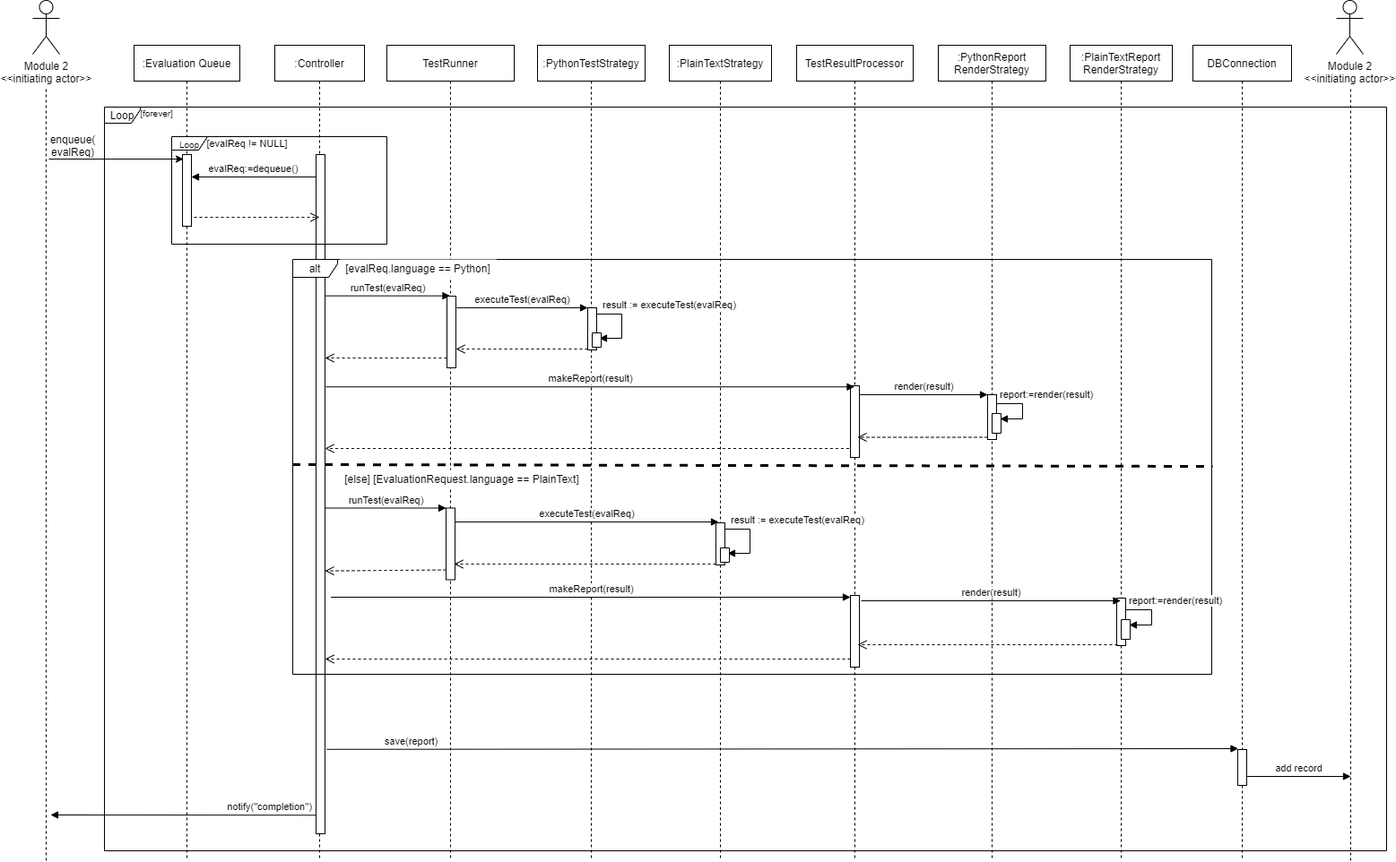
This is System Design Document/Module3_SystemCore/img/Object_Sequence_Diagram_301.png from SSSSEN666789/SPAMS, a draw.io export, as it was before one commit. Source tidied: cells renumbered, new cells last; positions are measured from the earlier drawing's top-left corner, leaving out a move shared by most shapes. Its diagram source:
```xml
<mxGraphModel>
  <root>
    <mxCell id="0" />
    <mxCell id="1" parent="0" />
    <mxCell id="2" value="notify(&quot;completion&quot;)" style="html=1;verticalAlign=bottom;endArrow=block;exitX=0.4;exitY=0.974;exitDx=0;exitDy=0;exitPerimeter=0;" parent="1" edge="1">
      <mxGeometry x="-0.63" relative="1" as="geometry">
        <mxPoint x="320" y="909.3" as="sourcePoint" />
        <mxPoint x="20" y="909" as="targetPoint" />
      </mxGeometry>
    </mxCell>
    <mxCell id="3" value="Loop" style="shape=umlFrame;whiteSpace=wrap;html=1;width=40;height=18;" parent="1" vertex="1">
      <mxGeometry x="80" y="119" width="1430" height="830" as="geometry" />
    </mxCell>
    <mxCell id="4" value=":Evaluation Queue" style="shape=umlLifeline;perimeter=lifelinePerimeter;whiteSpace=wrap;html=1;" parent="1" vertex="1">
      <mxGeometry x="113" y="50" width="118" height="910" as="geometry" />
    </mxCell>
    <mxCell id="5" value=":Controller" style="shape=umlLifeline;perimeter=lifelinePerimeter;whiteSpace=wrap;html=1;" parent="1" vertex="1">
      <mxGeometry x="270" y="50" width="100" height="910" as="geometry" />
    </mxCell>
    <mxCell id="6" style="endArrow=classic;html=1;" parent="1" edge="1">
      <mxGeometry relative="1" as="geometry">
        <mxPoint x="18" y="177" as="sourcePoint" />
        <mxPoint x="168" y="177" as="targetPoint" />
      </mxGeometry>
    </mxCell>
    <mxCell id="7" value="Module 2&lt;br&gt;&amp;lt;&amp;lt;initiating actor&amp;gt;&amp;gt;" style="shape=umlActor;verticalLabelPosition=bottom;verticalAlign=top;html=1;" parent="1" vertex="1">
      <mxGeometry width="30" height="60" as="geometry" />
    </mxCell>
    <mxCell id="8" value="Module 2&lt;br&gt;&amp;lt;&amp;lt;initiating actor&amp;gt;&amp;gt;" style="shape=umlActor;verticalLabelPosition=bottom;verticalAlign=top;html=1;" parent="1" vertex="1">
      <mxGeometry x="1454" width="30" height="60" as="geometry" />
    </mxCell>
    <mxCell id="9" style="endArrow=none;dashed=1;html=1;" parent="1" edge="1">
      <mxGeometry relative="1" as="geometry">
        <mxPoint x="15" y="960" as="sourcePoint" />
        <mxPoint x="14.9" y="98" as="targetPoint" />
      </mxGeometry>
    </mxCell>
    <mxCell id="10" style="endArrow=none;dashed=1;html=1;" parent="1" edge="1">
      <mxGeometry relative="1" as="geometry">
        <mxPoint x="1470" y="960" as="sourcePoint" />
        <mxPoint x="1469.9" y="98" as="targetPoint" />
      </mxGeometry>
    </mxCell>
    <mxCell id="11" value="enqueue(&lt;br&gt;evalReq)" style="text;html=1;strokeColor=none;fillColor=none;align=center;verticalAlign=middle;whiteSpace=wrap;rounded=0;" parent="1" vertex="1">
      <mxGeometry x="10" y="127" width="70" height="70" as="geometry" />
    </mxCell>
    <mxCell id="12" style="html=1;perimeter=orthogonalPerimeter;" parent="1" vertex="1">
      <mxGeometry x="167" y="172" width="10" height="80" as="geometry" />
    </mxCell>
    <mxCell id="13" style="html=1;points=[];perimeter=orthogonalPerimeter;" parent="1" vertex="1">
      <mxGeometry x="316" y="172" width="10" height="758" as="geometry" />
    </mxCell>
    <mxCell id="14" value="&lt;font style=&quot;font-size: 11px&quot;&gt;evalReq:=dequeue()&lt;/font&gt;" style="html=1;verticalAlign=bottom;endArrow=block;" parent="1" edge="1" source="13">
      <mxGeometry relative="1" as="geometry">
        <mxPoint x="177" y="197" as="targetPoint" />
      </mxGeometry>
    </mxCell>
    <mxCell id="15" style="html=1;verticalAlign=bottom;endArrow=open;dashed=1;endSize=8;" parent="1" edge="1">
      <mxGeometry relative="1" as="geometry">
        <mxPoint x="180" y="242" as="sourcePoint" />
        <mxPoint x="320" y="242" as="targetPoint" />
      </mxGeometry>
    </mxCell>
    <mxCell id="16" value="TestRunner" style="shape=umlLifeline;perimeter=lifelinePerimeter;whiteSpace=wrap;html=1;outlineConnect=0;" parent="1" vertex="1">
      <mxGeometry x="395" y="50" width="142" height="910" as="geometry" />
    </mxCell>
    <mxCell id="17" style="html=1;points=[];perimeter=orthogonalPerimeter;fillColor=#FFFFFF;" parent="16" vertex="1">
      <mxGeometry x="66" y="516.5" width="10" height="80" as="geometry" />
    </mxCell>
    <mxCell id="18" style="html=1;points=[];perimeter=orthogonalPerimeter;fillColor=#FFFFFF;" parent="16" vertex="1">
      <mxGeometry x="67" y="280" width="10" height="80" as="geometry" />
    </mxCell>
    <mxCell id="19" value="TestResultProcessor" style="shape=umlLifeline;perimeter=lifelinePerimeter;whiteSpace=wrap;html=1;outlineConnect=0;" parent="1" vertex="1">
      <mxGeometry x="852" y="50" width="130" height="910" as="geometry" />
    </mxCell>
    <mxCell id="20" style="html=1;points=[];perimeter=orthogonalPerimeter;fillColor=#FFFFFF;" parent="19" vertex="1">
      <mxGeometry x="60" y="380" width="10" height="80" as="geometry" />
    </mxCell>
    <mxCell id="21" style="html=1;perimeter=orthogonalPerimeter;fillColor=#FFFFFF;" parent="19" vertex="1">
      <mxGeometry x="60" y="614" width="10" height="80" as="geometry" />
    </mxCell>
    <mxCell id="22" value="DBConnection" style="shape=umlLifeline;perimeter=lifelinePerimeter;whiteSpace=wrap;html=1;" parent="1" vertex="1">
      <mxGeometry x="1294" y="50" width="110" height="910" as="geometry" />
    </mxCell>
    <mxCell id="23" style="html=1;perimeter=orthogonalPerimeter;" parent="22" vertex="1">
      <mxGeometry x="50" y="786" width="10" height="40" as="geometry" />
    </mxCell>
    <mxCell id="24" value="&lt;font style=&quot;font-size: 10px&quot;&gt;Loop&lt;/font&gt;" style="shape=umlFrame;whiteSpace=wrap;html=1;width=40;height=15;" parent="1" vertex="1">
      <mxGeometry x="155" y="152" width="240" height="120" as="geometry" />
    </mxCell>
    <mxCell id="25" value="&lt;font style=&quot;font-size: 11px&quot;&gt;[evalReq != NULL]&lt;/font&gt;" style="text;html=1;strokeColor=none;fillColor=none;align=center;verticalAlign=middle;whiteSpace=wrap;rounded=0;" parent="1" vertex="1">
      <mxGeometry x="168" y="149" width="143" height="20" as="geometry" />
    </mxCell>
    <mxCell id="26" value="save(report)" style="html=1;verticalAlign=bottom;endArrow=block;exitX=1.2;exitY=0.877;exitDx=0;exitDy=0;exitPerimeter=0;" parent="1" edge="1">
      <mxGeometry x="-0.82" relative="1" as="geometry">
        <mxPoint x="328" y="835.8" as="sourcePoint" />
        <mxPoint x="1344.5" y="835" as="targetPoint" />
      </mxGeometry>
    </mxCell>
    <mxCell id="27" value="add record" style="html=1;verticalAlign=bottom;endArrow=block;" parent="1" edge="1">
      <mxGeometry relative="1" as="geometry">
        <mxPoint x="1354" y="866" as="sourcePoint" />
        <mxPoint x="1470" y="866" as="targetPoint" />
      </mxGeometry>
    </mxCell>
    <mxCell id="28" value="&lt;font style=&quot;font-size: 10px&quot;&gt;[forever]&lt;/font&gt;" style="text;html=1;strokeColor=none;fillColor=none;align=center;verticalAlign=middle;whiteSpace=wrap;rounded=0;" parent="1" vertex="1">
      <mxGeometry x="115" y="115" width="47" height="20" as="geometry" />
    </mxCell>
    <mxCell id="29" value=":PythonTestStrategy" style="shape=umlLifeline;perimeter=lifelinePerimeter;whiteSpace=wrap;html=1;" parent="1" vertex="1">
      <mxGeometry x="563" y="50" width="120" height="910" as="geometry" />
    </mxCell>
    <mxCell id="30" value=":PlainTextStrategy" style="shape=umlLifeline;perimeter=lifelinePerimeter;whiteSpace=wrap;html=1;" parent="1" vertex="1">
      <mxGeometry x="710" y="50" width="114" height="910" as="geometry" />
    </mxCell>
    <mxCell id="31" style="html=1;points=[];perimeter=orthogonalPerimeter;fillColor=#FFFFFF;" parent="30" vertex="1">
      <mxGeometry x="52" y="533" width="10" height="47" as="geometry" />
    </mxCell>
    <mxCell id="32" value=":PythonReport&lt;br&gt;RenderStrategy" style="shape=umlLifeline;perimeter=lifelinePerimeter;whiteSpace=wrap;html=1;" parent="1" vertex="1">
      <mxGeometry x="1010" y="50" width="120" height="910" as="geometry" />
    </mxCell>
    <mxCell id="33" style="html=1;points=[];perimeter=orthogonalPerimeter;fillColor=#FFFFFF;" parent="32" vertex="1">
      <mxGeometry x="55" y="390" width="10" height="50" as="geometry" />
    </mxCell>
    <mxCell id="34" value=":PlainTextReport&lt;br&gt;RenderStrategy" style="shape=umlLifeline;perimeter=lifelinePerimeter;whiteSpace=wrap;html=1;outlineConnect=0;" parent="1" vertex="1">
      <mxGeometry x="1157" y="50" width="114" height="910" as="geometry" />
    </mxCell>
    <mxCell id="35" style="html=1;perimeter=orthogonalPerimeter;fillColor=#FFFFFF;" parent="34" vertex="1">
      <mxGeometry x="52" y="617" width="10" height="53" as="geometry" />
    </mxCell>
    <mxCell id="36" value="alt" style="shape=umlFrame;whiteSpace=wrap;html=1;width=50;height=20;" parent="1" vertex="1">
      <mxGeometry x="290" y="289" width="1025" height="463" as="geometry" />
    </mxCell>
    <mxCell id="37" value="[evalReq.language == Python]" style="text;html=1;strokeColor=none;fillColor=#FFFFFF;align=center;verticalAlign=middle;whiteSpace=wrap;rounded=0;" parent="1" vertex="1">
      <mxGeometry x="343" y="289" width="174" height="20" as="geometry" />
    </mxCell>
    <mxCell id="38" value="&lt;font style=&quot;font-size: 11px&quot;&gt;runTest(evalReq)&lt;/font&gt;" style="html=1;verticalAlign=bottom;endArrow=block;exitX=1;exitY=0.208;exitDx=0;exitDy=0;exitPerimeter=0;" parent="1" edge="1" source="13" target="16">
      <mxGeometry relative="1" as="geometry" />
    </mxCell>
    <mxCell id="39" style="html=1;points=[];perimeter=orthogonalPerimeter;fillColor=#FFFFFF;" parent="1" vertex="1">
      <mxGeometry x="619" y="343" width="10" height="47" as="geometry" />
    </mxCell>
    <mxCell id="40" value="executeTest(evalReq)" style="html=1;verticalAlign=bottom;endArrow=block;entryX=0;entryY=0;exitX=1.1;exitY=0.163;exitDx=0;exitDy=0;exitPerimeter=0;" parent="1" edge="1" source="18" target="39">
      <mxGeometry relative="1" as="geometry" />
    </mxCell>
    <mxCell id="41" style="html=1;verticalAlign=bottom;endArrow=open;dashed=1;endSize=8;entryX=1;entryY=0.738;entryDx=0;entryDy=0;entryPerimeter=0;" parent="1" edge="1" source="39" target="18">
      <mxGeometry relative="1" as="geometry" />
    </mxCell>
    <mxCell id="42" value="report:=render(result)" style="edgeStyle=orthogonalEdgeStyle;html=1;align=left;spacingLeft=2;endArrow=block;rounded=0;exitX=1;exitY=0.213;exitDx=0;exitDy=0;exitPerimeter=0;" parent="1" edge="1">
      <mxGeometry x="-1" y="10" relative="1" as="geometry">
        <mxPoint x="1075" y="450" as="sourcePoint" />
        <mxPoint x="1079" y="467" as="targetPoint" />
        <Array as="points">
          <mxPoint x="1104" y="450" />
          <mxPoint x="1104" y="467" />
        </Array>
      </mxGeometry>
    </mxCell>
    <mxCell id="43" style="html=1;perimeter=orthogonalPerimeter;direction=south;" parent="1" vertex="1">
      <mxGeometry x="1070" y="461" width="10" height="22" as="geometry" />
    </mxCell>
    <mxCell id="44" value="makeReport(result)" style="html=1;verticalAlign=bottom;endArrow=block;exitX=1.117;exitY=0.342;exitDx=0;exitDy=0;exitPerimeter=0;" parent="1" edge="1" source="13" target="19">
      <mxGeometry relative="1" as="geometry" />
    </mxCell>
    <mxCell id="45" style="html=1;verticalAlign=bottom;endArrow=open;dashed=1;endSize=8;exitX=0;exitY=0.863;exitDx=0;exitDy=0;exitPerimeter=0;" parent="1" edge="1" source="18" target="13">
      <mxGeometry relative="1" as="geometry" />
    </mxCell>
    <mxCell id="46" value="render(result)" style="html=1;verticalAlign=bottom;endArrow=block;entryX=0;entryY=0;exitX=1;exitY=0.125;exitDx=0;exitDy=0;exitPerimeter=0;" parent="1" edge="1" source="20" target="33">
      <mxGeometry relative="1" as="geometry" />
    </mxCell>
    <mxCell id="47" style="html=1;verticalAlign=bottom;endArrow=open;dashed=1;endSize=8;exitX=0;exitY=0.95;entryX=0.8;entryY=0.719;entryDx=0;entryDy=0;entryPerimeter=0;" parent="1" edge="1" source="33" target="20">
      <mxGeometry relative="1" as="geometry" />
    </mxCell>
    <mxCell id="48" style="html=1;verticalAlign=bottom;endArrow=open;dashed=1;endSize=8;exitX=0;exitY=0.95;" parent="1" edge="1" target="13">
      <mxGeometry x="-0.08" y="-6" relative="1" as="geometry">
        <mxPoint x="910.5" y="500" as="sourcePoint" />
      </mxGeometry>
    </mxCell>
    <mxCell id="49" style="html=1;points=[];perimeter=orthogonalPerimeter;fillColor=#FFFFFF;" parent="1" vertex="1">
      <mxGeometry x="619" y="343" width="10" height="47" as="geometry" />
    </mxCell>
    <mxCell id="50" value="executeTest(evalReq)&lt;span style=&quot;font-size: 10px&quot;&gt;&lt;br&gt;&lt;/span&gt;" style="html=1;verticalAlign=bottom;endArrow=block;entryX=0.3;entryY=-0.021;entryDx=0;entryDy=0;entryPerimeter=0;" parent="1" edge="1" source="17" target="31">
      <mxGeometry relative="1" as="geometry" />
    </mxCell>
    <mxCell id="51" style="html=1;verticalAlign=bottom;endArrow=open;dashed=1;endSize=8;exitX=0;exitY=0.979;exitDx=0;exitDy=0;exitPerimeter=0;" parent="1" edge="1" source="31">
      <mxGeometry relative="1" as="geometry">
        <mxPoint x="470" y="629" as="targetPoint" />
      </mxGeometry>
    </mxCell>
    <mxCell id="52" style="html=1;verticalAlign=bottom;endArrow=open;dashed=1;endSize=8;exitX=0;exitY=0.863;exitDx=0;exitDy=0;exitPerimeter=0;entryX=1;entryY=0.613;entryDx=0;entryDy=0;entryPerimeter=0;" parent="1" edge="1" source="17" target="13">
      <mxGeometry relative="1" as="geometry" />
    </mxCell>
    <mxCell id="53" value="result :=&amp;nbsp;&lt;span style=&quot;text-align: center&quot;&gt;executeTest(evalReq)&lt;/span&gt;" style="edgeStyle=orthogonalEdgeStyle;html=1;align=left;spacingLeft=2;endArrow=block;rounded=0;exitX=1;exitY=0.255;exitDx=0;exitDy=0;exitPerimeter=0;" parent="1" edge="1" source="49">
      <mxGeometry x="-0.81" y="10" relative="1" as="geometry">
        <mxPoint x="632" y="377" as="targetPoint" />
        <Array as="points">
          <mxPoint x="629" y="350" />
          <mxPoint x="657" y="350" />
          <mxPoint x="657" y="377" />
        </Array>
      </mxGeometry>
    </mxCell>
    <mxCell id="54" style="html=1;perimeter=orthogonalPerimeter;direction=south;" parent="1" vertex="1">
      <mxGeometry x="624" y="371" width="10" height="16" as="geometry" />
    </mxCell>
    <mxCell id="55" value="result :=&amp;nbsp;&lt;span style=&quot;text-align: center&quot;&gt;executeTest(evalReq)&lt;/span&gt;" style="edgeStyle=orthogonalEdgeStyle;html=1;align=left;spacingLeft=2;endArrow=block;rounded=0;exitX=1;exitY=0.255;exitDx=0;exitDy=0;exitPerimeter=0;" parent="1" edge="1">
      <mxGeometry x="-0.81" y="10" relative="1" as="geometry">
        <mxPoint x="772" y="595" as="sourcePoint" />
        <mxPoint x="775" y="617" as="targetPoint" />
        <Array as="points">
          <mxPoint x="772" y="590" />
          <mxPoint x="800" y="590" />
          <mxPoint x="800" y="617" />
        </Array>
      </mxGeometry>
    </mxCell>
    <mxCell id="56" style="html=1;perimeter=orthogonalPerimeter;direction=south;" parent="1" vertex="1">
      <mxGeometry x="767" y="611" width="10" height="16" as="geometry" />
    </mxCell>
    <mxCell id="57" style="endArrow=none;dashed=1;html=1;strokeWidth=3;" parent="1" edge="1">
      <mxGeometry relative="1" as="geometry">
        <mxPoint x="289.5" y="518" as="sourcePoint" />
        <mxPoint x="1316" y="520" as="targetPoint" />
      </mxGeometry>
    </mxCell>
    <mxCell id="58" value="[else] [EvaluationRequest.language == PlainText]" style="text;html=1;strokeColor=none;fillColor=#FFFFFF;align=center;verticalAlign=middle;whiteSpace=wrap;rounded=0;" parent="1" vertex="1">
      <mxGeometry x="342" y="524" width="274" height="20" as="geometry" />
    </mxCell>
    <mxCell id="59" value="makeReport(result)" style="html=1;verticalAlign=bottom;endArrow=block;" parent="1" edge="1">
      <mxGeometry relative="1" as="geometry">
        <mxPoint x="332.5" y="666" as="sourcePoint" />
        <mxPoint x="912" y="666" as="targetPoint" />
      </mxGeometry>
    </mxCell>
    <mxCell id="60" style="html=1;verticalAlign=bottom;endArrow=open;dashed=1;endSize=8;exitX=0;exitY=0.95;" parent="1" edge="1" target="13">
      <mxGeometry x="-0.08" y="-6" relative="1" as="geometry">
        <mxPoint x="912" y="735" as="sourcePoint" />
      </mxGeometry>
    </mxCell>
    <mxCell id="61" value="render(result)" style="html=1;verticalAlign=bottom;endArrow=block;exitX=1;exitY=0.125;exitDx=0;exitDy=0;exitPerimeter=0;" parent="1" edge="1" target="34">
      <mxGeometry relative="1" as="geometry">
        <mxPoint x="924" y="670" as="sourcePoint" />
      </mxGeometry>
    </mxCell>
    <mxCell id="62" style="html=1;verticalAlign=bottom;endArrow=open;dashed=1;endSize=8;entryX=0.8;entryY=0.719;entryDx=0;entryDy=0;entryPerimeter=0;" parent="1" edge="1">
      <mxGeometry relative="1" as="geometry">
        <mxPoint x="1210" y="719" as="sourcePoint" />
        <mxPoint x="920" y="719" as="targetPoint" />
      </mxGeometry>
    </mxCell>
    <mxCell id="63" value="report:=render(result)" style="edgeStyle=orthogonalEdgeStyle;html=1;align=left;spacingLeft=2;endArrow=block;rounded=0;exitX=1;exitY=0.213;exitDx=0;exitDy=0;exitPerimeter=0;" parent="1" edge="1">
      <mxGeometry x="-1" y="10" relative="1" as="geometry">
        <mxPoint x="1219" y="680" as="sourcePoint" />
        <mxPoint x="1223" y="697" as="targetPoint" />
        <Array as="points">
          <mxPoint x="1248" y="680" />
          <mxPoint x="1248" y="697" />
        </Array>
      </mxGeometry>
    </mxCell>
    <mxCell id="64" style="html=1;perimeter=orthogonalPerimeter;direction=south;" parent="1" vertex="1">
      <mxGeometry x="1214" y="691" width="10" height="22" as="geometry" />
    </mxCell>
    <mxCell id="65" value="runTest(evalReq)" style="html=1;verticalAlign=bottom;endArrow=block;" parent="1" edge="1" source="13" target="17">
      <mxGeometry relative="1" as="geometry" />
    </mxCell>
  </root>
</mxGraphModel>
```
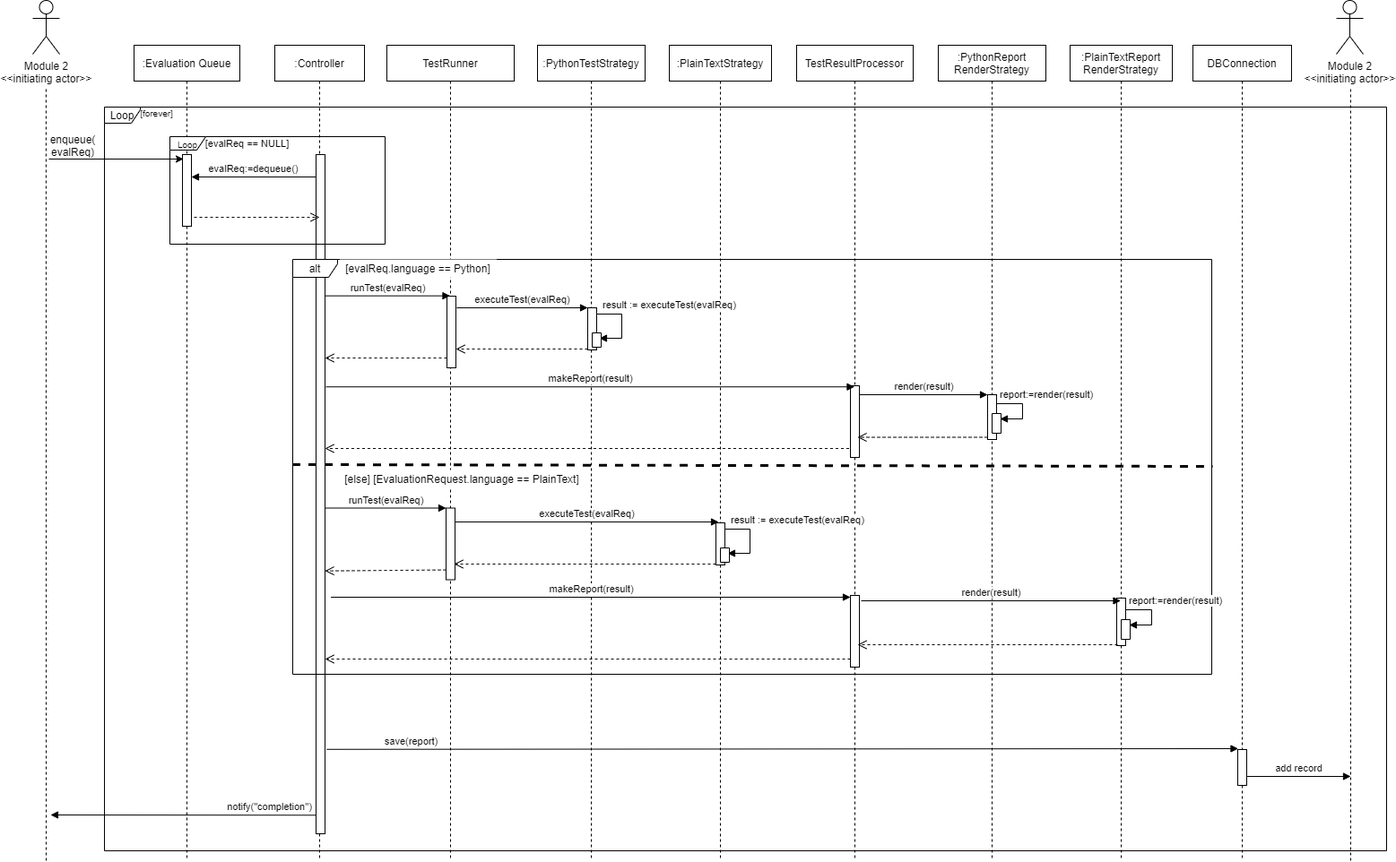
The same diagram one commit later.

Commit message:
Module3-SSD_오탈자수정

Diff of the diagram source:
```diff
@@ -86,9 +86,9 @@
       <mxGeometry x="50" y="786" width="10" height="40" as="geometry" />
     </mxCell>
     <mxCell id="24" value="&lt;font style=&quot;font-size: 10px&quot;&gt;Loop&lt;/font&gt;" style="shape=umlFrame;whiteSpace=wrap;html=1;width=40;height=15;" parent="1" vertex="1">
-      <mxGeometry x="155" y="152" width="240" height="120" as="geometry" />
+      <mxGeometry x="153" y="152" width="240" height="120" as="geometry" />
     </mxCell>
-    <mxCell id="25" value="&lt;font style=&quot;font-size: 11px&quot;&gt;[evalReq != NULL]&lt;/font&gt;" style="text;html=1;strokeColor=none;fillColor=none;align=center;verticalAlign=middle;whiteSpace=wrap;rounded=0;" parent="1" vertex="1">
+    <mxCell id="25" value="&lt;font style=&quot;font-size: 11px&quot;&gt;[evalReq == NULL]&lt;/font&gt;" style="text;html=1;strokeColor=none;fillColor=none;align=center;verticalAlign=middle;whiteSpace=wrap;rounded=0;" parent="1" vertex="1">
       <mxGeometry x="168" y="149" width="143" height="20" as="geometry" />
     </mxCell>
     <mxCell id="26" value="save(report)" style="html=1;verticalAlign=bottom;endArrow=block;exitX=1.2;exitY=0.877;exitDx=0;exitDy=0;exitPerimeter=0;" parent="1" edge="1">
```
